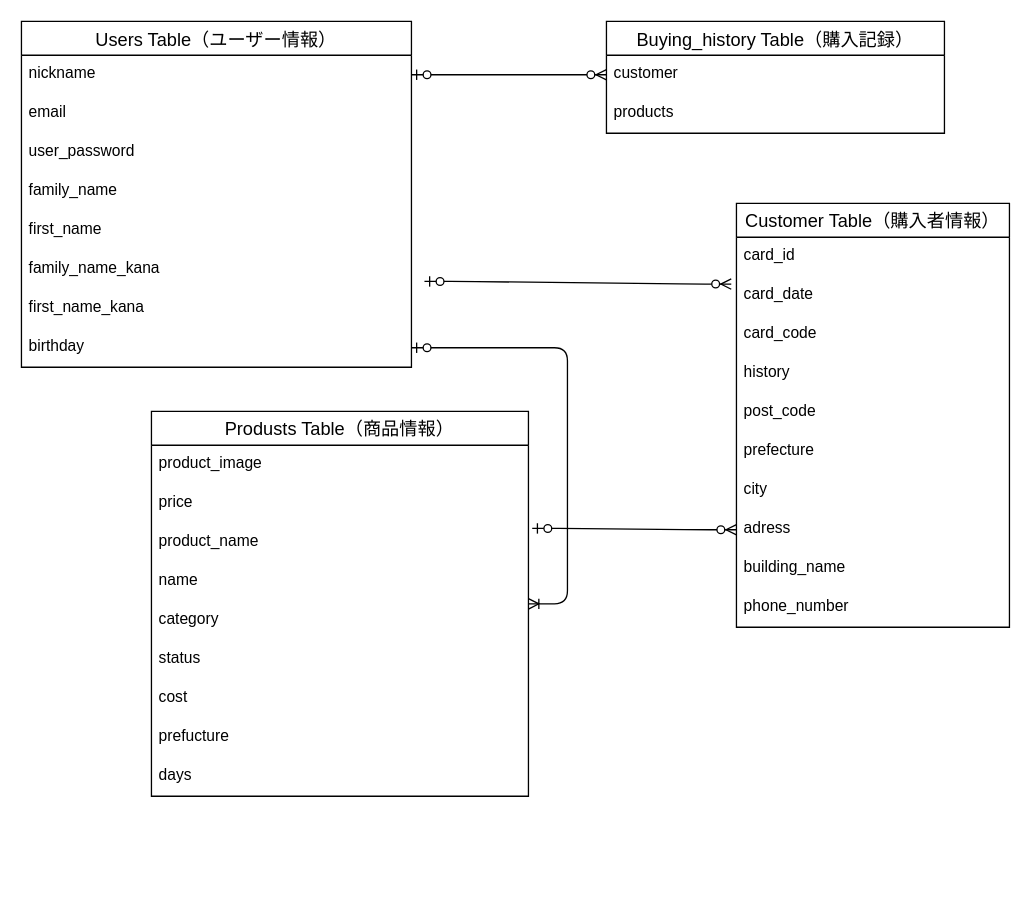
Above: db.dio in ran-hrsw/furima-40243 (draw.io), before the change. Source tidied: cells renumbered, new cells numbered last; positions are measured from the earlier drawing's top-left corner, leaving out a move shared by most shapes. Both pictures are drawn from the tidied source at 130%, with x=0, y=0 at pixel (21, 21).
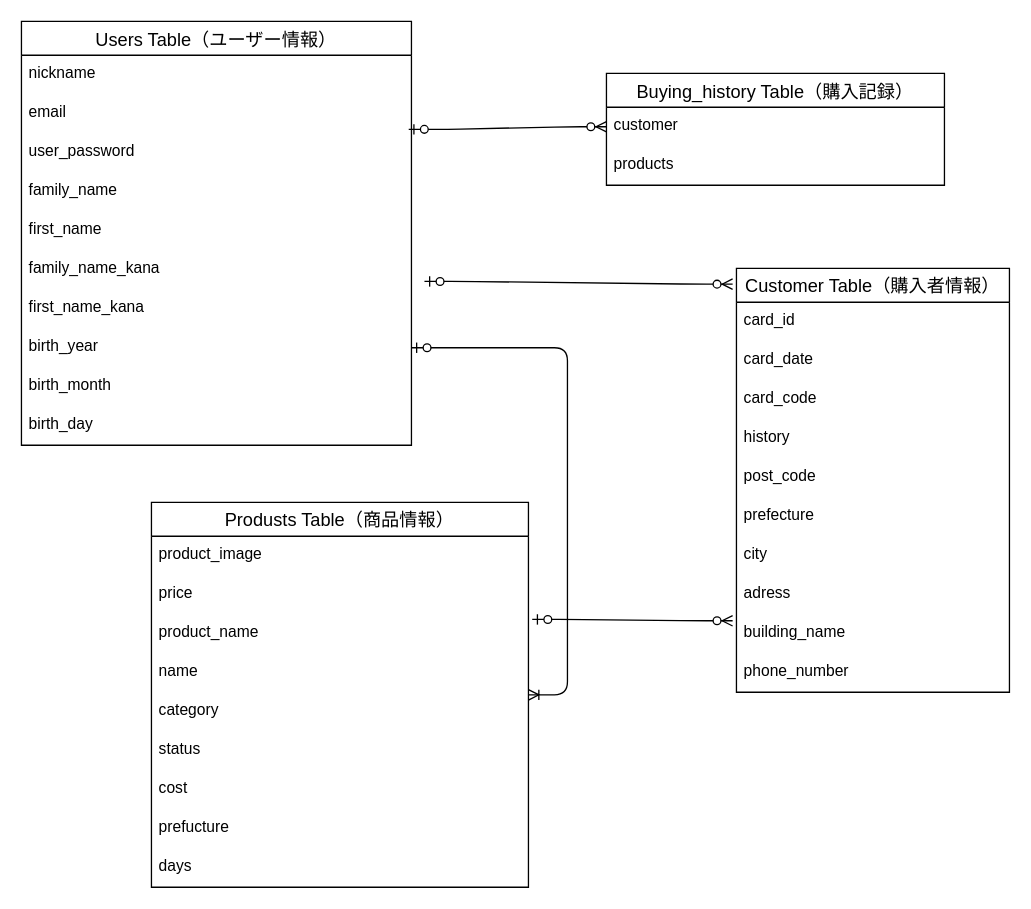
The same diagram, later.

Unchanged cells that the change refers to:
```xml
<mxCell id="5" value="product_name" style="text;strokeColor=none;fillColor=none;spacingLeft=4;spacingRight=4;overflow=hidden;points=[[0,0.5],[1,0.5]];portConstraint=eastwest;fontSize=12;" parent="2" vertex="1">
  <mxGeometry y="86" width="290" height="30" as="geometry" />
</mxCell>
<mxCell id="13" value="customer" style="text;strokeColor=none;fillColor=none;spacingLeft=4;spacingRight=4;overflow=hidden;points=[[0,0.5],[1,0.5]];portConstraint=eastwest;fontSize=12;" parent="12" vertex="1">
  <mxGeometry y="26" width="260" height="30" as="geometry" />
</mxCell>
<mxCell id="17" value="card_date" style="text;strokeColor=none;fillColor=none;spacingLeft=4;spacingRight=4;overflow=hidden;points=[[0,0.5],[1,0.5]];portConstraint=eastwest;fontSize=12;" parent="15" vertex="1">
  <mxGeometry y="56" width="210" height="30" as="geometry" />
</mxCell>
<mxCell id="23" value="adress" style="text;strokeColor=none;fillColor=none;spacingLeft=4;spacingRight=4;overflow=hidden;points=[[0,0.5],[1,0.5]];portConstraint=eastwest;fontSize=12;" parent="15" vertex="1">
  <mxGeometry y="236" width="210" height="30" as="geometry" />
</mxCell>
<mxCell id="24" value="building_name" style="text;strokeColor=none;fillColor=none;spacingLeft=4;spacingRight=4;overflow=hidden;points=[[0,0.5],[1,0.5]];portConstraint=eastwest;fontSize=12;" parent="15" vertex="1">
  <mxGeometry y="266" width="210" height="30" as="geometry" />
</mxCell>
<mxCell id="27" value="nickname" style="text;strokeColor=none;fillColor=none;spacingLeft=4;spacingRight=4;overflow=hidden;points=[[0,0.5],[1,0.5]];portConstraint=eastwest;fontSize=12;" parent="26" vertex="1">
  <mxGeometry y="26" width="300" height="30" as="geometry" />
</mxCell>
<mxCell id="29" value="user_password" style="text;strokeColor=none;fillColor=none;spacingLeft=4;spacingRight=4;overflow=hidden;points=[[0,0.5],[1,0.5]];portConstraint=eastwest;fontSize=12;" parent="26" vertex="1">
  <mxGeometry y="86" width="300" height="30" as="geometry" />
</mxCell>
```

What changed in the source:
```diff
@@
     <mxCell id="2" value="Produsts Table（商品情報）" style="swimlane;fontStyle=0;horizontal=1;startSize=26;align=center;fontSize=14;" parent="1" vertex="1">
-      <mxGeometry x="100" y="300" width="290" height="296" as="geometry" />
+      <mxGeometry x="100" y="370" width="290" height="296" as="geometry" />
     </mxCell>
@@
     <mxCell id="12" value="Buying_history Table（購入記録）" style="swimlane;fontStyle=0;horizontal=1;startSize=26;align=center;fontSize=14;" parent="1" vertex="1">
-      <mxGeometry x="450" width="260" height="86" as="geometry" />
+      <mxGeometry x="450" y="40" width="260" height="86" as="geometry" />
     </mxCell>
@@
     <mxCell id="15" value="Customer Table（購入者情報）" style="swimlane;fontStyle=0;horizontal=1;startSize=26;align=center;fontSize=14;" parent="1" vertex="1">
-      <mxGeometry x="550" y="140" width="210" height="326" as="geometry" />
+      <mxGeometry x="550" y="190" width="210" height="326" as="geometry" />
     </mxCell>
@@
     <mxCell id="26" value="Users Table（ユーザー情報）" style="swimlane;fontStyle=0;horizontal=1;startSize=26;align=center;fontSize=14;" parent="1" vertex="1">
-      <mxGeometry width="300" height="266" as="geometry" />
+      <mxGeometry width="300" height="326" as="geometry" />
     </mxCell>
@@
-    <mxCell id="34" value="birthday" style="text;strokeColor=none;fillColor=none;spacingLeft=4;spacingRight=4;overflow=hidden;points=[[0,0.5],[1,0.5]];portConstraint=eastwest;fontSize=12;" parent="26" vertex="1">
+    <mxCell id="34" value="birth_year" style="text;strokeColor=none;fillColor=none;spacingLeft=4;spacingRight=4;overflow=hidden;points=[[0,0.5],[1,0.5]];portConstraint=eastwest;fontSize=12;" parent="26" vertex="1">
       <mxGeometry y="236" width="300" height="30" as="geometry" />
     </mxCell>
+    <mxCell id="39" value="birth_month" style="text;strokeColor=none;fillColor=none;spacingLeft=4;spacingRight=4;overflow=hidden;fontSize=12;" parent="26" vertex="1">
+      <mxGeometry y="266" width="300" height="30" as="geometry" />
+    </mxCell>
+    <mxCell id="40" value="birth_day" style="text;strokeColor=none;fillColor=none;spacingLeft=4;spacingRight=4;overflow=hidden;fontSize=12;" parent="26" vertex="1">
+      <mxGeometry y="296" width="300" height="30" as="geometry" />
+    </mxCell>
-    <mxCell id="35" style="edgeStyle=entityRelationEdgeStyle;fontSize=12;html=1;endArrow=ERzeroToMany;startArrow=ERzeroToOne;exitX=1;exitY=0.5;exitDx=0;exitDy=0;entryX=0;entryY=0.5;entryDx=0;entryDy=0;" parent="1" edge="1" source="27" target="13">
+    <mxCell id="35" style="edgeStyle=entityRelationEdgeStyle;fontSize=12;html=1;endArrow=ERzeroToMany;startArrow=ERzeroToOne;exitX=0.993;exitY=-0.1;exitDx=0;exitDy=0;entryX=0;entryY=0.5;entryDx=0;entryDy=0;exitPerimeter=0;" parent="1" edge="1" source="29" target="13">
       <mxGeometry relative="1" as="geometry" />
     </mxCell>
-    <mxCell id="36" style="edgeStyle=entityRelationEdgeStyle;fontSize=12;html=1;endArrow=ERzeroToMany;startArrow=ERzeroToOne;entryX=-0.019;entryY=0.2;entryDx=0;entryDy=0;entryPerimeter=0;" parent="1" edge="1" target="17">
+    <mxCell id="36" style="edgeStyle=entityRelationEdgeStyle;fontSize=12;html=1;endArrow=ERzeroToMany;startArrow=ERzeroToOne;entryX=-0.014;entryY=0.037;entryDx=0;entryDy=0;entryPerimeter=0;" parent="1" edge="1" target="15">
       <mxGeometry relative="1" as="geometry">
         <mxPoint x="310" y="200" as="sourcePoint" />
       </mxGeometry>
     </mxCell>
-    <mxCell id="37" style="edgeStyle=entityRelationEdgeStyle;fontSize=12;html=1;endArrow=ERzeroToMany;startArrow=ERzeroToOne;exitX=1.01;exitY=0.133;exitDx=0;exitDy=0;exitPerimeter=0;entryX=0;entryY=0.5;entryDx=0;entryDy=0;" parent="1" edge="1" source="5" target="23">
+    <mxCell id="37" style="edgeStyle=entityRelationEdgeStyle;fontSize=12;html=1;endArrow=ERzeroToMany;startArrow=ERzeroToOne;exitX=1.01;exitY=0.133;exitDx=0;exitDy=0;exitPerimeter=0;entryX=-0.014;entryY=0.167;entryDx=0;entryDy=0;entryPerimeter=0;" parent="1" edge="1" source="5" target="24">
       <mxGeometry relative="1" as="geometry" />
     </mxCell>
```
